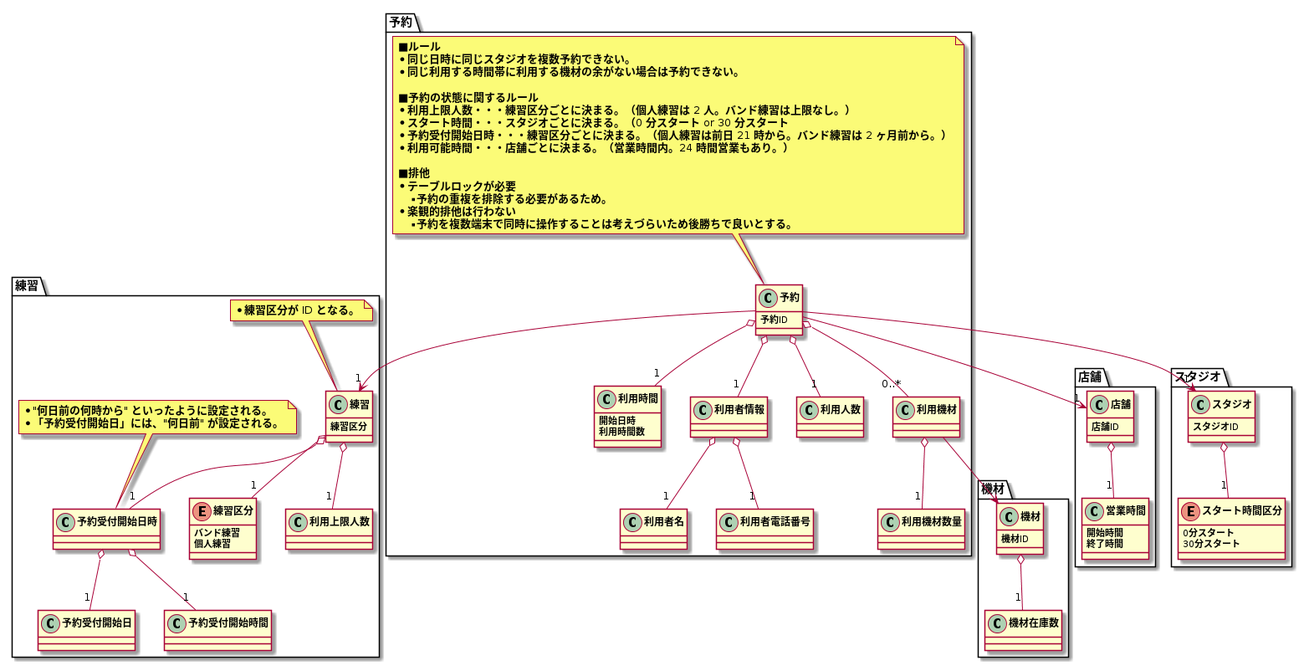
Before: modeling/07_DomainModel_予約/DomainModel.png, a diagram exported from PlantUML (TakashiOnawa/ddd-practice-studio-reservation).
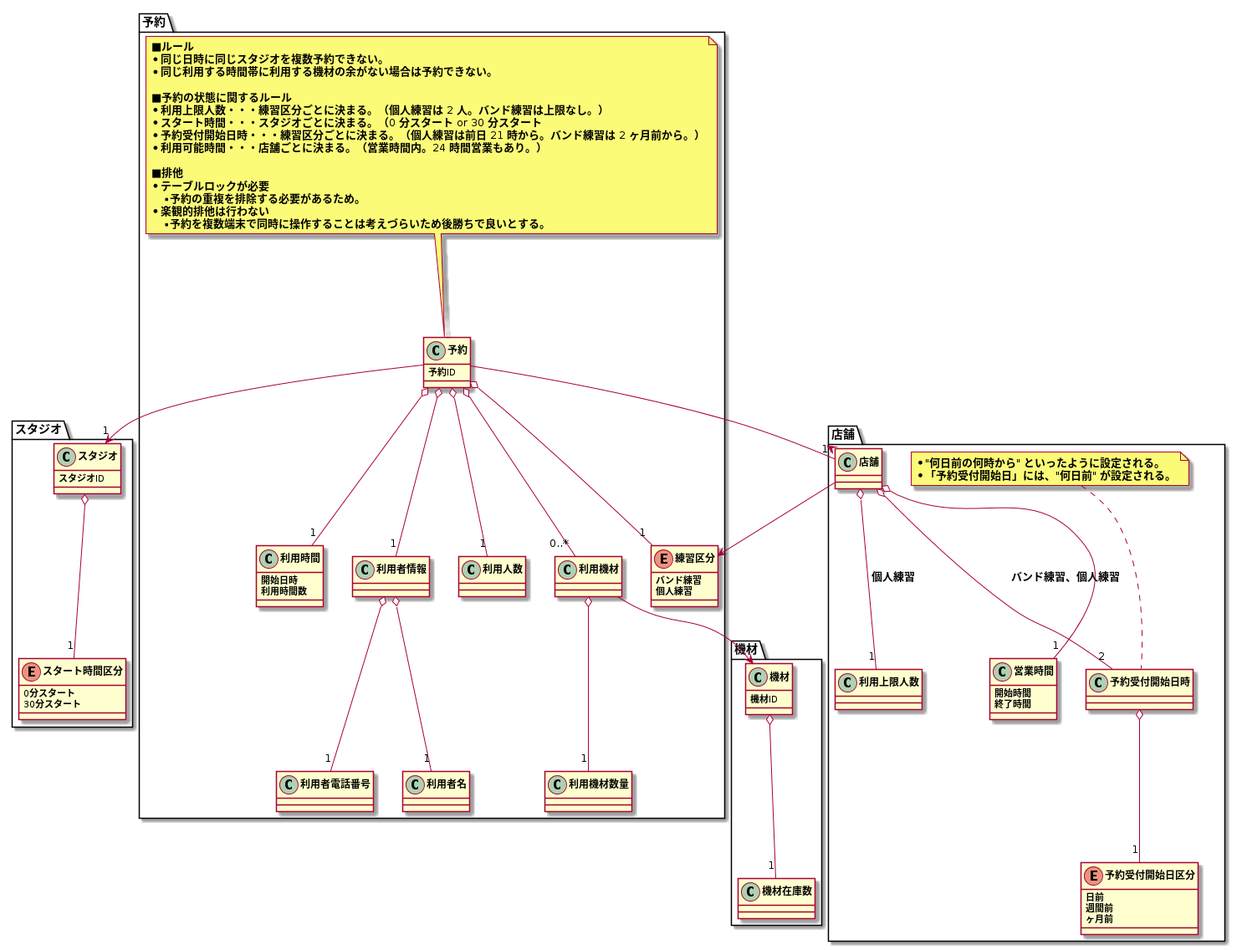
The same diagram one commit later.

What changed in the source:
```diff
@@ -1,17 +1,4 @@
 @startuml DomainModel
-
-package 店舗 {
-    class 店舗 {
-        店舗ID
-    }
-
-    class 営業時間 {
-        開始時間
-        終了時間
-    }
-
-    店舗 o-- "1" 営業時間
-}
 
 package スタジオ {
     class スタジオ {
@@ -36,38 +23,6 @@
     機材 o-- "1" 機材在庫数
 }
 
-package 練習 {
-    class 練習 {
-        練習区分
-    }
-
-    enum 練習区分 {
-        バンド練習
-        個人練習
-    }
-
-    class 利用上限人数
-
-    class 予約受付開始日時
-    class 予約受付開始日
-    class 予約受付開始時間
-    予約受付開始日時 o-- "1" 予約受付開始日
-    予約受付開始日時 o-- "1" 予約受付開始時間
-
-    練習 o-- "1" 練習区分
-    練習 o-- "1" 利用上限人数
-    練習 o-- "1" 予約受付開始日時
-
-    note top of 練習
-    * 練習区分が ID となる。
-    end note
-
-    note top of 予約受付開始日時
-    * "何日前の何時から" といったように設定される。
-    * 「予約受付開始日」には、"何日前" が設定される。
-    end note
-}
-
 package 予約 {
     class 予約 {
         予約ID
@@ -86,6 +41,11 @@
 
     class 利用人数
 
+    enum 練習区分 {
+        バンド練習
+        個人練習
+    }
+
     class 利用機材
     class 利用機材数量
     利用機材 --> 機材
@@ -96,7 +56,7 @@
     予約 o-- "1" 利用時間
     予約 o-- "1" 利用者情報
     予約 o-- "1" 利用人数
-    予約 --> "1" 練習
+    予約 o-- "1" 練習区分
     予約 o-- "0..*" 利用機材
 
     note top of 予約
@@ -118,4 +78,34 @@
     end note
 }
 
+package 店舗 {
+    class 店舗 {
+    }
+
+    class 営業時間 {
+        開始時間
+        終了時間
+    }
+
+    class 利用上限人数
+
+    class 予約受付開始日時
+    enum 予約受付開始日区分 {
+        日前
+        週間前
+        ヶ月前
+    }
+    予約受付開始日時 o-- "1" 予約受付開始日区分
+
+    店舗 o-- "1" 営業時間
+    店舗 o-- "2" 予約受付開始日時 : バンド練習、個人練習
+    店舗 o-- "1" 利用上限人数 : 個人練習
+    店舗 --> 練習区分
+
+    note top of 予約受付開始日時
+    * "何日前の何時から" といったように設定される。
+    * 「予約受付開始日」には、"何日前" が設定される。
+    end note
+}
+
 @enduml
```
